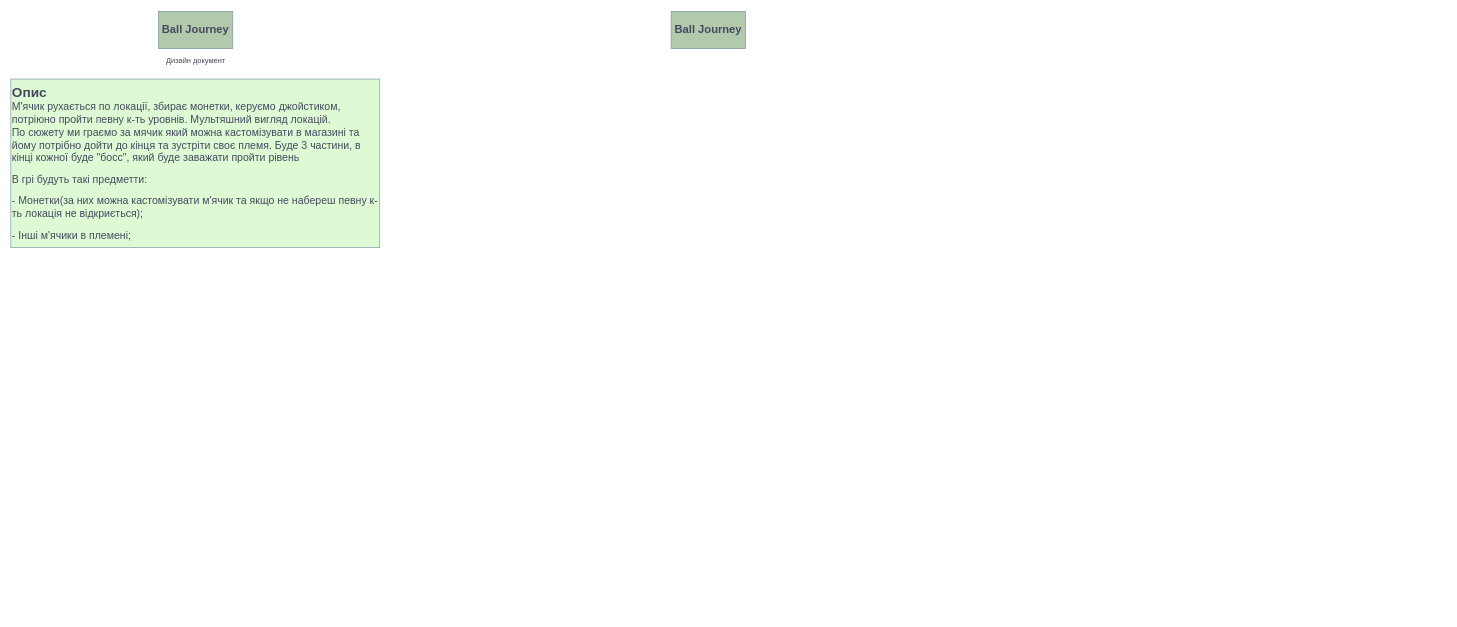
The draw.io diagram Assets/дизайн документ.drawio in peremybida/examen, before the edit. Source tidied: cells renumbered, new cells numbered last; positions are measured from the earlier drawing's top-left corner, leaving out a move shared by most shapes. Both pictures are drawn from the tidied source at 62%, with x=0, y=0 at pixel (11, 11).
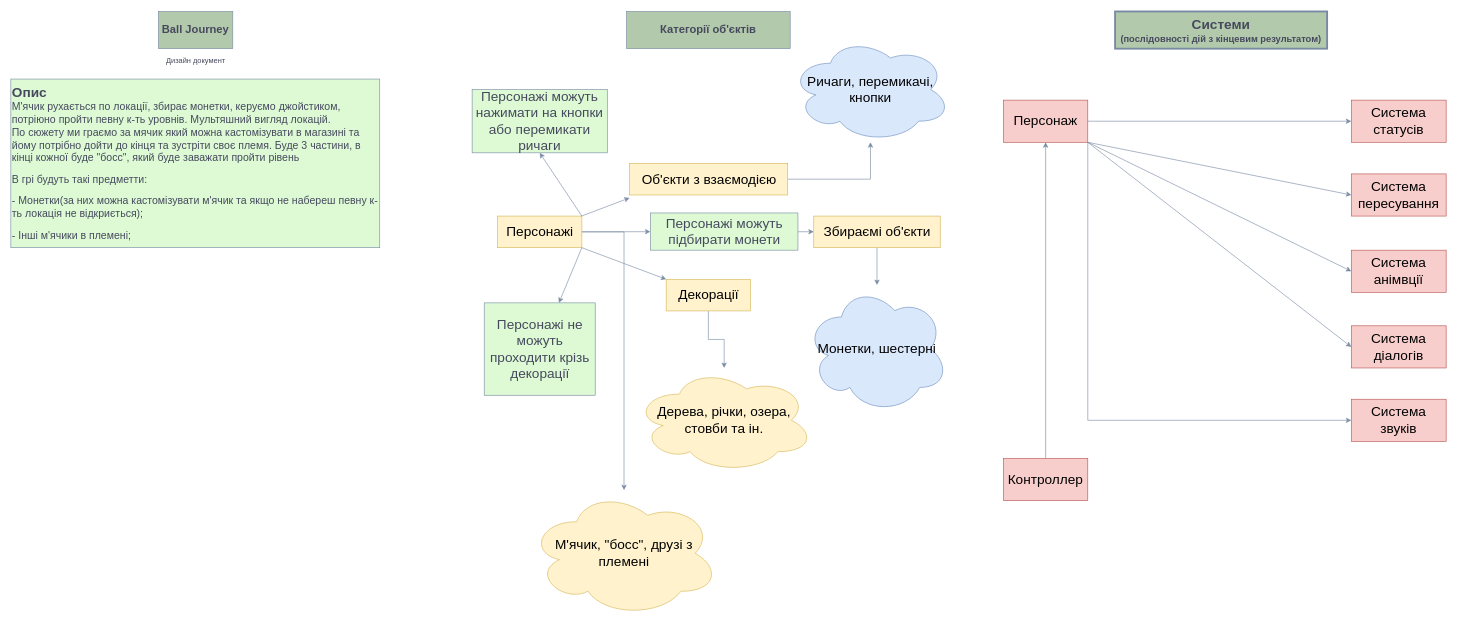
The same page after the edit.

The edit, as a diff of the source:
```diff
@@
-    <mxCell id="6" value="&lt;b&gt;&lt;font style=&quot;font-size: 18px;&quot;&gt;Ball Journey&lt;/font&gt;&lt;/b&gt;" style="rounded=0;whiteSpace=wrap;html=1;fillColor=#B2C9AB;strokeColor=#788AA3;fontColor=#46495D;" parent="1" vertex="1">
-      <mxGeometry x="1065" width="120" height="60" as="geometry" />
+    <mxCell id="6" value="&lt;b&gt;&lt;font style=&quot;font-size: 18px;&quot;&gt;Категорії об'єктів&lt;/font&gt;&lt;/b&gt;" style="rounded=0;whiteSpace=wrap;html=1;fillColor=#B2C9AB;strokeColor=#788AA3;fontColor=#46495D;" parent="1" vertex="1">
+      <mxGeometry x="993" width="264" height="60" as="geometry" />
     </mxCell>
+    <mxCell id="7" style="edgeStyle=orthogonalEdgeStyle;rounded=0;jettySize=auto;html=1;strokeColor=#788AA3;fontSize=22;fontColor=#46495D;fillColor=#B2C9AB;" parent="1" edge="1" source="8" target="23">
+      <mxGeometry relative="1" as="geometry">
+        <Array as="points">
+          <mxPoint x="989" y="356" />
+        </Array>
+      </mxGeometry>
+    </mxCell>
+    <mxCell id="8" value="Персонажі" style="text;html=1;align=center;verticalAlign=middle;points=[];fillColor=#fff2cc;strokeColor=#d6b656;rounded=0;fontSize=22;" parent="1" vertex="1">
+      <mxGeometry x="785" y="330" width="136" height="51" as="geometry" />
+    </mxCell>
+    <mxCell id="9" style="edgeStyle=orthogonalEdgeStyle;rounded=0;jettySize=auto;html=1;strokeColor=#788AA3;fontSize=22;fontColor=#46495D;fillColor=#B2C9AB;" parent="1" edge="1" source="10" target="21">
+      <mxGeometry relative="1" as="geometry" />
+    </mxCell>
+    <mxCell id="10" value="Збираємі об'єкти" style="text;html=1;align=center;verticalAlign=middle;points=[];fillColor=#fff2cc;strokeColor=#d6b656;rounded=0;fontSize=22;" parent="1" vertex="1">
+      <mxGeometry x="1295" y="330" width="204" height="51" as="geometry" />
+    </mxCell>
+    <mxCell id="11" style="edgeStyle=orthogonalEdgeStyle;rounded=0;jettySize=auto;html=1;strokeColor=#788AA3;fontSize=22;fontColor=#46495D;fillColor=#B2C9AB;" parent="1" edge="1" source="12" target="22">
+      <mxGeometry relative="1" as="geometry" />
+    </mxCell>
+    <mxCell id="12" value="Об'єкти з взаємодією" style="text;html=1;align=center;verticalAlign=middle;points=[];fillColor=#fff2cc;strokeColor=#d6b656;rounded=0;fontSize=22;" parent="1" vertex="1">
+      <mxGeometry x="998" y="245" width="255" height="51" as="geometry" />
+    </mxCell>
+    <mxCell id="13" style="edgeStyle=orthogonalEdgeStyle;rounded=0;jettySize=auto;html=1;strokeColor=#788AA3;fontSize=22;fontColor=#46495D;fillColor=#B2C9AB;" parent="1" edge="1" source="14" target="24">
+      <mxGeometry relative="1" as="geometry" />
+    </mxCell>
+    <mxCell id="14" value="Декорації" style="text;html=1;align=center;verticalAlign=middle;points=[];fillColor=#fff2cc;strokeColor=#d6b656;rounded=0;fontSize=22;" parent="1" vertex="1">
+      <mxGeometry x="1057" y="432" width="136" height="51" as="geometry" />
+    </mxCell>
+    <mxCell id="15" style="endArrow=classic;html=1;rounded=0;strokeColor=#788AA3;fontSize=22;fontColor=#46495D;fillColor=#B2C9AB;" parent="1" edge="1" source="8" target="14">
+      <mxGeometry relative="1" as="geometry" />
+    </mxCell>
+    <mxCell id="16" style="endArrow=classic;html=1;rounded=0;strokeColor=#788AA3;fontSize=22;fontColor=#46495D;fillColor=#B2C9AB;" parent="1" edge="1" target="17">
+      <mxGeometry relative="1" as="geometry">
+        <mxPoint x="921" y="381" as="sourcePoint" />
+      </mxGeometry>
+    </mxCell>
+    <mxCell id="17" value="Персонажі не можуть проходити крізь декорації" style="rounded=0;whiteSpace=wrap;html=1;strokeColor=#788AA3;fontSize=22;fontColor=#46495D;fillColor=#DDFAD5;" parent="1" vertex="1">
+      <mxGeometry x="763.5" y="470" width="179" height="149" as="geometry" />
+    </mxCell>
+    <mxCell id="18" style="endArrow=classic;html=1;rounded=0;strokeColor=#788AA3;fontSize=22;fontColor=#46495D;fillColor=#B2C9AB;exitX=0.994;exitY=0.002;exitDx=0;exitDy=0;exitPerimeter=0;entryX=0;entryY=1.092;entryDx=0;entryDy=0;entryPerimeter=0;" parent="1" edge="1" source="8" target="12">
+      <mxGeometry relative="1" as="geometry" />
+    </mxCell>
+    <mxCell id="19" style="endArrow=classic;html=1;rounded=0;strokeColor=#788AA3;fontSize=22;fontColor=#46495D;fillColor=#B2C9AB;entryX=0.5;entryY=1;entryDx=0;entryDy=0;" parent="1" edge="1" target="20">
+      <mxGeometry relative="1" as="geometry">
+        <mxPoint x="921" y="330" as="sourcePoint" />
+      </mxGeometry>
+    </mxCell>
+    <mxCell id="20" value="Персонажі можуть нажимати на кнопки або перемикати ричаги" style="rounded=0;whiteSpace=wrap;html=1;strokeColor=#788AA3;fontSize=22;fontColor=#46495D;fillColor=#DDFAD5;" parent="1" vertex="1">
+      <mxGeometry x="744" y="126" width="218" height="102" as="geometry" />
+    </mxCell>
+    <mxCell id="21" value="Монетки, шестерні" style="ellipse;shape=cloud;whiteSpace=wrap;html=1;fontSize=22;fillColor=#dae8fc;strokeColor=#6c8ebf;rounded=0;" parent="1" vertex="1">
+      <mxGeometry x="1282" y="441.2" width="230" height="206.5" as="geometry" />
+    </mxCell>
+    <mxCell id="22" value="Ричаги, перемикачі, кнопки" style="ellipse;shape=cloud;whiteSpace=wrap;html=1;fontSize=22;fillColor=#dae8fc;strokeColor=#6c8ebf;rounded=0;" parent="1" vertex="1">
+      <mxGeometry x="1257" y="41" width="259" height="170" as="geometry" />
+    </mxCell>
+    <mxCell id="23" value="М'ячик, &quot;босс&quot;, друзі з племені" style="ellipse;shape=cloud;whiteSpace=wrap;html=1;fontSize=22;fillColor=#fff2cc;strokeColor=#d6b656;gradientColor=none;rounded=0;" parent="1" vertex="1">
+      <mxGeometry x="836" y="772" width="306" height="204" as="geometry" />
+    </mxCell>
+    <mxCell id="24" value="Дерева, річки, озера, стовби та ін." style="ellipse;shape=cloud;whiteSpace=wrap;html=1;fontSize=22;fillColor=#fff2cc;strokeColor=#d6b656;gradientColor=none;rounded=0;" parent="1" vertex="1">
+      <mxGeometry x="1006" y="575" width="289" height="168.8" as="geometry" />
+    </mxCell>
+    <mxCell id="25" style="endArrow=classic;html=1;rounded=0;strokeColor=#788AA3;fontSize=22;fontColor=#46495D;fillColor=#B2C9AB;startArrow=none;" parent="1" edge="1" source="26" target="10">
+      <mxGeometry relative="1" as="geometry" />
+    </mxCell>
+    <mxCell id="26" value="Персонажі можуть підбирати монети" style="rounded=0;whiteSpace=wrap;html=1;strokeColor=#788AA3;fontSize=22;fontColor=#46495D;fillColor=#DDFAD5;" parent="1" vertex="1">
+      <mxGeometry x="1031.5" y="325" width="238" height="60" as="geometry" />
+    </mxCell>
+    <mxCell id="27" style="endArrow=classic;html=1;rounded=0;strokeColor=#788AA3;fontSize=22;fontColor=#46495D;fillColor=#B2C9AB;" parent="1" edge="1" source="8" target="26">
+      <mxGeometry relative="1" as="geometry" />
+    </mxCell>
+    <mxCell id="28" value="&lt;b&gt;&lt;font style=&quot;font-size: 22px;&quot;&gt;Системи&lt;br&gt;&lt;/font&gt;&lt;font style=&quot;font-size: 15px;&quot;&gt;(послідовності дій з кінцевим результатом)&lt;/font&gt;&lt;/b&gt;" style="rounded=0;whiteSpace=wrap;html=1;fillColor=#B2C9AB;strokeColor=#788AA3;fontColor=#46495D;strokeWidth=3;" parent="1" vertex="1">
+      <mxGeometry x="1781" width="342" height="60" as="geometry" />
+    </mxCell>
+    <mxCell id="29" style="edgeStyle=orthogonalEdgeStyle;rounded=0;jettySize=auto;html=1;strokeColor=#788AA3;fontSize=22;fontColor=#46495D;fillColor=#B2C9AB;entryX=0;entryY=0.5;entryDx=0;entryDy=0;" parent="1" edge="1" source="30" target="34">
+      <mxGeometry relative="1" as="geometry" />
+    </mxCell>
+    <mxCell id="30" value="Персонаж" style="rounded=0;whiteSpace=wrap;html=1;strokeColor=#b85450;fontSize=22;fillColor=#f8cecc;" parent="1" vertex="1">
+      <mxGeometry x="1601" y="143" width="136" height="68" as="geometry" />
+    </mxCell>
+    <mxCell id="31" value="Система пересування" style="rounded=0;whiteSpace=wrap;html=1;strokeColor=#b85450;fontSize=22;fillColor=#f8cecc;" parent="1" vertex="1">
+      <mxGeometry x="2162" y="262" width="153" height="68" as="geometry" />
+    </mxCell>
+    <mxCell id="32" value="Система анімвції" style="rounded=0;whiteSpace=wrap;html=1;strokeColor=#b85450;fontSize=22;fillColor=#f8cecc;" parent="1" vertex="1">
+      <mxGeometry x="2162" y="385" width="153" height="68" as="geometry" />
+    </mxCell>
+    <mxCell id="33" value="Система діалогів" style="rounded=0;whiteSpace=wrap;html=1;strokeColor=#b85450;fontSize=22;fillColor=#f8cecc;" parent="1" vertex="1">
+      <mxGeometry x="2162" y="507" width="153" height="68" as="geometry" />
+    </mxCell>
+    <mxCell id="34" value="Система статусів" style="rounded=0;whiteSpace=wrap;html=1;strokeColor=#b85450;fontSize=22;fillColor=#f8cecc;" parent="1" vertex="1">
+      <mxGeometry x="2162" y="143" width="153" height="68" as="geometry" />
+    </mxCell>
+    <mxCell id="35" value="Система звуків" style="rounded=0;whiteSpace=wrap;html=1;strokeColor=#b85450;fontSize=22;fillColor=#f8cecc;" parent="1" vertex="1">
+      <mxGeometry x="2162" y="625.4" width="153" height="68" as="geometry" />
+    </mxCell>
+    <mxCell id="36" style="endArrow=classic;html=1;rounded=0;strokeColor=#788AA3;fontSize=22;fontColor=#46495D;fillColor=#B2C9AB;exitX=1;exitY=1;exitDx=0;exitDy=0;entryX=0;entryY=0.5;entryDx=0;entryDy=0;" parent="1" edge="1" source="30" target="31">
+      <mxGeometry relative="1" as="geometry" />
+    </mxCell>
+    <mxCell id="37" style="endArrow=classic;html=1;rounded=0;strokeColor=#788AA3;fontSize=22;fontColor=#46495D;fillColor=#B2C9AB;exitX=1;exitY=1;exitDx=0;exitDy=0;entryX=0;entryY=0.5;entryDx=0;entryDy=0;" parent="1" edge="1" source="30" target="32">
+      <mxGeometry relative="1" as="geometry" />
+    </mxCell>
+    <mxCell id="38" style="endArrow=classic;html=1;rounded=0;strokeColor=#788AA3;fontSize=22;fontColor=#46495D;fillColor=#B2C9AB;exitX=1;exitY=1;exitDx=0;exitDy=0;entryX=0;entryY=0.5;entryDx=0;entryDy=0;" parent="1" edge="1" source="30" target="33">
+      <mxGeometry relative="1" as="geometry" />
+    </mxCell>
+    <mxCell id="39" style="edgeStyle=orthogonalEdgeStyle;rounded=0;jettySize=auto;html=1;strokeColor=#788AA3;fontSize=22;fontColor=#46495D;fillColor=#B2C9AB;entryX=0;entryY=0.5;entryDx=0;entryDy=0;exitX=1;exitY=1;exitDx=0;exitDy=0;" parent="1" edge="1" source="30" target="35">
+      <mxGeometry relative="1" as="geometry">
+        <Array as="points">
+          <mxPoint x="1737" y="659" />
+        </Array>
+      </mxGeometry>
+    </mxCell>
+    <mxCell id="40" style="edgeStyle=orthogonalEdgeStyle;rounded=0;jettySize=auto;html=1;strokeColor=#788AA3;fontSize=22;fontColor=#46495D;fillColor=#B2C9AB;entryX=0.5;entryY=1;entryDx=0;entryDy=0;" parent="1" edge="1" source="41" target="30">
+      <mxGeometry relative="1" as="geometry" />
+    </mxCell>
+    <mxCell id="41" value="Контроллер" style="rounded=0;whiteSpace=wrap;html=1;strokeColor=#b85450;fontSize=22;fillColor=#f8cecc;" parent="1" vertex="1">
+      <mxGeometry x="1601" y="721" width="136" height="68" as="geometry" />
+    </mxCell>
```
